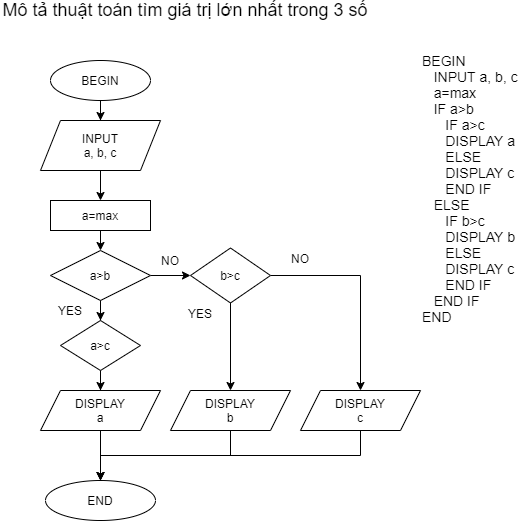
thanhnhan3286/C0123G1---Th-nh-Nh-n keeps this draw.io diagram as ss3_ma_gia_luu_do/Mô tả thuật toán chuyển đổi tiền tệ.png. Above is the earlier version. Source tidied: cells renumbered, new cells last; positions are measured from the earlier drawing's top-left corner, leaving out a move shared by most shapes. Its diagram source:
```xml
<mxGraphModel>
  <root>
    <mxCell id="0" />
    <mxCell id="1" parent="0" />
    <mxCell id="2" value="&lt;span style=&quot;font-size: 18px&quot;&gt;Mô tả thuật toán tìm giá trị lớn nhất trong 3 số&lt;/span&gt;" style="text;html=1;strokeColor=none;fillColor=none;align=center;verticalAlign=middle;whiteSpace=wrap;rounded=0;" parent="1" vertex="1">
      <mxGeometry width="370" height="20" as="geometry" />
    </mxCell>
    <mxCell id="3" style="edgeStyle=orthogonalEdgeStyle;rounded=0;jettySize=auto;html=1;" parent="1" edge="1" source="4" target="6">
      <mxGeometry relative="1" as="geometry" />
    </mxCell>
    <mxCell id="4" value="BEGIN" style="ellipse;whiteSpace=wrap;html=1;" parent="1" vertex="1">
      <mxGeometry x="50" y="60" width="100" height="40" as="geometry" />
    </mxCell>
    <mxCell id="5" style="edgeStyle=orthogonalEdgeStyle;rounded=0;jettySize=auto;html=1;" parent="1" edge="1" source="6">
      <mxGeometry relative="1" as="geometry">
        <mxPoint x="100" y="200" as="targetPoint" />
      </mxGeometry>
    </mxCell>
    <mxCell id="6" value="INPUT&lt;br&gt;a, b, c" style="shape=parallelogram;perimeter=parallelogramPerimeter;whiteSpace=wrap;html=1;fixedSize=1;" parent="1" vertex="1">
      <mxGeometry x="40" y="120" width="120" height="50" as="geometry" />
    </mxCell>
    <mxCell id="7" value="&lt;div&gt;&lt;div&gt;&lt;span style=&quot;font-size: 14px&quot;&gt;BEGIN&lt;/span&gt;&lt;/div&gt;&lt;div&gt;&lt;span style=&quot;font-size: 14px&quot;&gt;&amp;nbsp; &amp;nbsp;INPUT a, b, c&lt;/span&gt;&lt;/div&gt;&lt;div&gt;&lt;span style=&quot;font-size: 14px&quot;&gt;&amp;nbsp; &amp;nbsp;a=max&lt;/span&gt;&lt;/div&gt;&lt;div&gt;&lt;span style=&quot;font-size: 14px&quot;&gt;&amp;nbsp; &amp;nbsp;IF a&amp;gt;b&lt;/span&gt;&lt;/div&gt;&lt;div&gt;&lt;span style=&quot;font-size: 14px&quot;&gt;&amp;nbsp; &amp;nbsp; &amp;nbsp; IF a&amp;gt;c&lt;/span&gt;&lt;/div&gt;&lt;div&gt;&lt;span style=&quot;font-size: 14px&quot;&gt;&amp;nbsp; &amp;nbsp; &amp;nbsp; DISPLAY a&lt;/span&gt;&lt;/div&gt;&lt;div&gt;&lt;span style=&quot;font-size: 14px&quot;&gt;&amp;nbsp; &amp;nbsp; &amp;nbsp; ELSE&lt;/span&gt;&lt;/div&gt;&lt;div&gt;&lt;span style=&quot;font-size: 14px&quot;&gt;&amp;nbsp; &amp;nbsp; &amp;nbsp; DISPLAY c&lt;/span&gt;&lt;/div&gt;&lt;div&gt;&lt;span style=&quot;font-size: 14px&quot;&gt;&amp;nbsp; &amp;nbsp; &amp;nbsp; END IF&lt;/span&gt;&lt;/div&gt;&lt;div&gt;&lt;span style=&quot;font-size: 14px&quot;&gt;&amp;nbsp; &amp;nbsp;ELSE&lt;/span&gt;&lt;/div&gt;&lt;div&gt;&lt;span style=&quot;font-size: 14px&quot;&gt;&amp;nbsp; &amp;nbsp; &amp;nbsp; IF b&amp;gt;c&lt;/span&gt;&lt;/div&gt;&lt;div&gt;&lt;span style=&quot;font-size: 14px&quot;&gt;&amp;nbsp; &amp;nbsp; &amp;nbsp; DISPLAY b&lt;/span&gt;&lt;/div&gt;&lt;div&gt;&lt;span style=&quot;font-size: 14px&quot;&gt;&amp;nbsp; &amp;nbsp; &amp;nbsp; ELSE&lt;/span&gt;&lt;/div&gt;&lt;div&gt;&lt;span style=&quot;font-size: 14px&quot;&gt;&amp;nbsp; &amp;nbsp; &amp;nbsp; DISPLAY c&lt;/span&gt;&lt;/div&gt;&lt;div&gt;&lt;span style=&quot;font-size: 14px&quot;&gt;&amp;nbsp; &amp;nbsp; &amp;nbsp; END IF&lt;/span&gt;&lt;/div&gt;&lt;div&gt;&lt;span style=&quot;font-size: 14px&quot;&gt;&amp;nbsp; &amp;nbsp;END IF&lt;span&gt;&#9;&lt;/span&gt;&lt;/span&gt;&lt;/div&gt;&lt;div&gt;&lt;span style=&quot;font-size: 14px&quot;&gt;END&lt;/span&gt;&lt;/div&gt;&lt;/div&gt;&lt;div&gt;&lt;br&gt;&lt;/div&gt;" style="text;html=1;align=left;verticalAlign=middle;" parent="1" vertex="1">
      <mxGeometry x="420" y="70" width="110" height="250" as="geometry" />
    </mxCell>
    <mxCell id="8" style="edgeStyle=orthogonalEdgeStyle;rounded=0;jettySize=auto;html=1;exitX=1;exitY=0.5;exitDx=0;exitDy=0;" parent="1" edge="1" source="10" target="21">
      <mxGeometry relative="1" as="geometry" />
    </mxCell>
    <mxCell id="9" style="edgeStyle=orthogonalEdgeStyle;rounded=0;jettySize=auto;html=1;exitX=0.5;exitY=1;exitDx=0;exitDy=0;" parent="1" edge="1" source="10" target="16">
      <mxGeometry relative="1" as="geometry" />
    </mxCell>
    <mxCell id="10" value="a&amp;gt;b" style="rhombus;whiteSpace=wrap;html=1;" parent="1" vertex="1">
      <mxGeometry x="50" y="250" width="100" height="50" as="geometry" />
    </mxCell>
    <mxCell id="11" style="edgeStyle=orthogonalEdgeStyle;rounded=0;jettySize=auto;html=1;exitX=0.5;exitY=1;exitDx=0;exitDy=0;entryX=0.5;entryY=0;entryDx=0;entryDy=0;" parent="1" edge="1" source="12" target="10">
      <mxGeometry relative="1" as="geometry" />
    </mxCell>
    <mxCell id="12" value="a=max" style="rounded=0;whiteSpace=wrap;html=1;" parent="1" vertex="1">
      <mxGeometry x="50" y="200" width="100" height="30" as="geometry" />
    </mxCell>
    <mxCell id="13" value="YES" style="text;html=1;strokeColor=none;fillColor=none;align=center;verticalAlign=middle;whiteSpace=wrap;rounded=0;" parent="1" vertex="1">
      <mxGeometry x="50" y="300" width="40" height="20" as="geometry" />
    </mxCell>
    <mxCell id="14" value="NO" style="text;html=1;strokeColor=none;fillColor=none;align=center;verticalAlign=middle;whiteSpace=wrap;rounded=0;" parent="1" vertex="1">
      <mxGeometry x="150" y="250" width="40" height="20" as="geometry" />
    </mxCell>
    <mxCell id="15" style="edgeStyle=orthogonalEdgeStyle;rounded=0;jettySize=auto;html=1;exitX=0.5;exitY=1;exitDx=0;exitDy=0;" parent="1" edge="1" source="16" target="18">
      <mxGeometry relative="1" as="geometry" />
    </mxCell>
    <mxCell id="16" value="a&amp;gt;c" style="rhombus;whiteSpace=wrap;html=1;" parent="1" vertex="1">
      <mxGeometry x="60" y="320" width="80" height="50" as="geometry" />
    </mxCell>
    <mxCell id="17" style="edgeStyle=orthogonalEdgeStyle;rounded=0;jettySize=auto;html=1;exitX=0.5;exitY=1;exitDx=0;exitDy=0;" parent="1" edge="1" source="18" target="27">
      <mxGeometry relative="1" as="geometry" />
    </mxCell>
    <mxCell id="18" value="DISPLAY&lt;br&gt;a" style="shape=parallelogram;perimeter=parallelogramPerimeter;whiteSpace=wrap;html=1;fixedSize=1;" parent="1" vertex="1">
      <mxGeometry x="40" y="390" width="120" height="40" as="geometry" />
    </mxCell>
    <mxCell id="19" style="edgeStyle=orthogonalEdgeStyle;rounded=0;jettySize=auto;html=1;exitX=0.5;exitY=1;exitDx=0;exitDy=0;entryX=0.5;entryY=0;entryDx=0;entryDy=0;" parent="1" edge="1" source="21" target="24">
      <mxGeometry relative="1" as="geometry" />
    </mxCell>
    <mxCell id="20" style="edgeStyle=orthogonalEdgeStyle;rounded=0;jettySize=auto;html=1;exitX=1;exitY=0.5;exitDx=0;exitDy=0;entryX=0.5;entryY=0;entryDx=0;entryDy=0;" parent="1" edge="1" source="21" target="26">
      <mxGeometry relative="1" as="geometry" />
    </mxCell>
    <mxCell id="21" value="b&amp;gt;c" style="rhombus;whiteSpace=wrap;html=1;" parent="1" vertex="1">
      <mxGeometry x="190" y="247.5" width="80" height="55" as="geometry" />
    </mxCell>
    <mxCell id="22" value="YES" style="text;html=1;strokeColor=none;fillColor=none;align=center;verticalAlign=middle;whiteSpace=wrap;rounded=0;" parent="1" vertex="1">
      <mxGeometry x="180" y="302.5" width="40" height="20" as="geometry" />
    </mxCell>
    <mxCell id="23" style="edgeStyle=orthogonalEdgeStyle;rounded=0;jettySize=auto;html=1;exitX=0.5;exitY=1;exitDx=0;exitDy=0;entryX=0.5;entryY=0;entryDx=0;entryDy=0;" parent="1" edge="1" source="24" target="27">
      <mxGeometry relative="1" as="geometry" />
    </mxCell>
    <mxCell id="24" value="DISPLAY&lt;br&gt;b" style="shape=parallelogram;perimeter=parallelogramPerimeter;whiteSpace=wrap;html=1;fixedSize=1;" parent="1" vertex="1">
      <mxGeometry x="170" y="390" width="120" height="40" as="geometry" />
    </mxCell>
    <mxCell id="25" style="edgeStyle=orthogonalEdgeStyle;rounded=0;jettySize=auto;html=1;exitX=0.5;exitY=1;exitDx=0;exitDy=0;" parent="1" edge="1" source="26">
      <mxGeometry relative="1" as="geometry">
        <mxPoint x="100" y="480" as="targetPoint" />
      </mxGeometry>
    </mxCell>
    <mxCell id="26" value="DISPLAY&lt;br&gt;c" style="shape=parallelogram;perimeter=parallelogramPerimeter;whiteSpace=wrap;html=1;fixedSize=1;" parent="1" vertex="1">
      <mxGeometry x="300" y="390" width="120" height="40" as="geometry" />
    </mxCell>
    <mxCell id="27" value="END" style="ellipse;whiteSpace=wrap;html=1;" parent="1" vertex="1">
      <mxGeometry x="45" y="480" width="110" height="40" as="geometry" />
    </mxCell>
    <mxCell id="28" value="NO" style="text;html=1;strokeColor=none;fillColor=none;align=center;verticalAlign=middle;whiteSpace=wrap;rounded=0;" parent="1" vertex="1">
      <mxGeometry x="280" y="247.5" width="40" height="20" as="geometry" />
    </mxCell>
  </root>
</mxGraphModel>
```
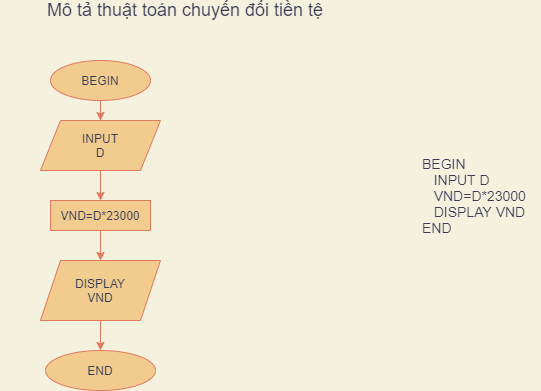
After the change.

Diff of the diagram source:
```diff
@@ -1,91 +1,43 @@
-<mxGraphModel>
+<mxGraphModel background="#F4F1DE">
   <root>
     <mxCell id="0" />
     <mxCell id="1" parent="0" />
-    <mxCell id="2" value="&lt;span style=&quot;font-size: 18px&quot;&gt;Mô tả thuật toán tìm giá trị lớn nhất trong 3 số&lt;/span&gt;" style="text;html=1;strokeColor=none;fillColor=none;align=center;verticalAlign=middle;whiteSpace=wrap;rounded=0;" parent="1" vertex="1">
+    <mxCell id="2" value="&lt;span style=&quot;font-size: 18px&quot;&gt;Mô tả thuật toán chuyển đổi tiền tệ&lt;/span&gt;" style="text;html=1;strokeColor=none;fillColor=none;align=center;verticalAlign=middle;whiteSpace=wrap;rounded=0;fontColor=#393C56;" parent="1" vertex="1">
       <mxGeometry width="370" height="20" as="geometry" />
     </mxCell>
-    <mxCell id="3" style="edgeStyle=orthogonalEdgeStyle;rounded=0;jettySize=auto;html=1;" parent="1" edge="1" source="4" target="6">
+    <mxCell id="3" style="edgeStyle=orthogonalEdgeStyle;rounded=0;jettySize=auto;html=1;strokeColor=#E07A5F;fontColor=#393C56;labelBackgroundColor=#F4F1DE;" parent="1" edge="1" source="4" target="6">
       <mxGeometry relative="1" as="geometry" />
     </mxCell>
-    <mxCell id="4" value="BEGIN" style="ellipse;whiteSpace=wrap;html=1;" parent="1" vertex="1">
+    <mxCell id="4" value="BEGIN" style="ellipse;whiteSpace=wrap;html=1;fillColor=#F2CC8F;strokeColor=#E07A5F;fontColor=#393C56;" parent="1" vertex="1">
       <mxGeometry x="50" y="60" width="100" height="40" as="geometry" />
     </mxCell>
-    <mxCell id="5" style="edgeStyle=orthogonalEdgeStyle;rounded=0;jettySize=auto;html=1;" parent="1" edge="1" source="6">
+    <mxCell id="5" style="edgeStyle=orthogonalEdgeStyle;rounded=0;jettySize=auto;html=1;strokeColor=#E07A5F;fontColor=#393C56;labelBackgroundColor=#F4F1DE;" parent="1" edge="1" source="6">
       <mxGeometry relative="1" as="geometry">
         <mxPoint x="100" y="200" as="targetPoint" />
       </mxGeometry>
     </mxCell>
-    <mxCell id="6" value="INPUT&lt;br&gt;a, b, c" style="shape=parallelogram;perimeter=parallelogramPerimeter;whiteSpace=wrap;html=1;fixedSize=1;" parent="1" vertex="1">
+    <mxCell id="6" value="INPUT&lt;br&gt;D" style="shape=parallelogram;perimeter=parallelogramPerimeter;whiteSpace=wrap;html=1;fixedSize=1;fillColor=#F2CC8F;strokeColor=#E07A5F;fontColor=#393C56;" parent="1" vertex="1">
       <mxGeometry x="40" y="120" width="120" height="50" as="geometry" />
     </mxCell>
-    <mxCell id="7" value="&lt;div&gt;&lt;div&gt;&lt;span style=&quot;font-size: 14px&quot;&gt;BEGIN&lt;/span&gt;&lt;/div&gt;&lt;div&gt;&lt;span style=&quot;font-size: 14px&quot;&gt;&amp;nbsp; &amp;nbsp;INPUT a, b, c&lt;/span&gt;&lt;/div&gt;&lt;div&gt;&lt;span style=&quot;font-size: 14px&quot;&gt;&amp;nbsp; &amp;nbsp;a=max&lt;/span&gt;&lt;/div&gt;&lt;div&gt;&lt;span style=&quot;font-size: 14px&quot;&gt;&amp;nbsp; &amp;nbsp;IF a&amp;gt;b&lt;/span&gt;&lt;/div&gt;&lt;div&gt;&lt;span style=&quot;font-size: 14px&quot;&gt;&amp;nbsp; &amp;nbsp; &amp;nbsp; IF a&amp;gt;c&lt;/span&gt;&lt;/div&gt;&lt;div&gt;&lt;span style=&quot;font-size: 14px&quot;&gt;&amp;nbsp; &amp;nbsp; &amp;nbsp; DISPLAY a&lt;/span&gt;&lt;/div&gt;&lt;div&gt;&lt;span style=&quot;font-size: 14px&quot;&gt;&amp;nbsp; &amp;nbsp; &amp;nbsp; ELSE&lt;/span&gt;&lt;/div&gt;&lt;div&gt;&lt;span style=&quot;font-size: 14px&quot;&gt;&amp;nbsp; &amp;nbsp; &amp;nbsp; DISPLAY c&lt;/span&gt;&lt;/div&gt;&lt;div&gt;&lt;span style=&quot;font-size: 14px&quot;&gt;&amp;nbsp; &amp;nbsp; &amp;nbsp; END IF&lt;/span&gt;&lt;/div&gt;&lt;div&gt;&lt;span style=&quot;font-size: 14px&quot;&gt;&amp;nbsp; &amp;nbsp;ELSE&lt;/span&gt;&lt;/div&gt;&lt;div&gt;&lt;span style=&quot;font-size: 14px&quot;&gt;&amp;nbsp; &amp;nbsp; &amp;nbsp; IF b&amp;gt;c&lt;/span&gt;&lt;/div&gt;&lt;div&gt;&lt;span style=&quot;font-size: 14px&quot;&gt;&amp;nbsp; &amp;nbsp; &amp;nbsp; DISPLAY b&lt;/span&gt;&lt;/div&gt;&lt;div&gt;&lt;span style=&quot;font-size: 14px&quot;&gt;&amp;nbsp; &amp;nbsp; &amp;nbsp; ELSE&lt;/span&gt;&lt;/div&gt;&lt;div&gt;&lt;span style=&quot;font-size: 14px&quot;&gt;&amp;nbsp; &amp;nbsp; &amp;nbsp; DISPLAY c&lt;/span&gt;&lt;/div&gt;&lt;div&gt;&lt;span style=&quot;font-size: 14px&quot;&gt;&amp;nbsp; &amp;nbsp; &amp;nbsp; END IF&lt;/span&gt;&lt;/div&gt;&lt;div&gt;&lt;span style=&quot;font-size: 14px&quot;&gt;&amp;nbsp; &amp;nbsp;END IF&lt;span&gt;&#9;&lt;/span&gt;&lt;/span&gt;&lt;/div&gt;&lt;div&gt;&lt;span style=&quot;font-size: 14px&quot;&gt;END&lt;/span&gt;&lt;/div&gt;&lt;/div&gt;&lt;div&gt;&lt;br&gt;&lt;/div&gt;" style="text;html=1;align=left;verticalAlign=middle;" parent="1" vertex="1">
-      <mxGeometry x="420" y="70" width="110" height="250" as="geometry" />
+    <mxCell id="7" value="&lt;div&gt;&lt;div&gt;&lt;span style=&quot;font-size: 14px&quot;&gt;BEGIN&lt;/span&gt;&lt;/div&gt;&lt;div&gt;&lt;span style=&quot;font-size: 14px&quot;&gt;&amp;nbsp; &amp;nbsp;INPUT D&lt;/span&gt;&lt;/div&gt;&lt;div&gt;&lt;span style=&quot;font-size: 14px&quot;&gt;&amp;nbsp; &amp;nbsp;VND=D*23000&lt;/span&gt;&lt;/div&gt;&lt;div&gt;&lt;span style=&quot;font-size: 14px&quot;&gt;&amp;nbsp; &amp;nbsp;DISPLAY VND&lt;/span&gt;&lt;/div&gt;&lt;div&gt;&lt;span style=&quot;font-size: 14px&quot;&gt;END&lt;/span&gt;&lt;/div&gt;&lt;/div&gt;" style="text;html=1;align=left;verticalAlign=middle;fontColor=#393C56;" parent="1" vertex="1">
+      <mxGeometry x="420" y="160" width="120" height="70" as="geometry" />
     </mxCell>
-    <mxCell id="8" style="edgeStyle=orthogonalEdgeStyle;rounded=0;jettySize=auto;html=1;exitX=1;exitY=0.5;exitDx=0;exitDy=0;" parent="1" edge="1" source="10" target="21">
-      <mxGeometry relative="1" as="geometry" />
-    </mxCell>
-    <mxCell id="9" style="edgeStyle=orthogonalEdgeStyle;rounded=0;jettySize=auto;html=1;exitX=0.5;exitY=1;exitDx=0;exitDy=0;" parent="1" edge="1" source="10" target="16">
-      <mxGeometry relative="1" as="geometry" />
-    </mxCell>
-    <mxCell id="10" value="a&amp;gt;b" style="rhombus;whiteSpace=wrap;html=1;" parent="1" vertex="1">
-      <mxGeometry x="50" y="250" width="100" height="50" as="geometry" />
-    </mxCell>
-    <mxCell id="11" style="edgeStyle=orthogonalEdgeStyle;rounded=0;jettySize=auto;html=1;exitX=0.5;exitY=1;exitDx=0;exitDy=0;entryX=0.5;entryY=0;entryDx=0;entryDy=0;" parent="1" edge="1" source="12" target="10">
+    <mxCell id="11" style="edgeStyle=orthogonalEdgeStyle;rounded=0;jettySize=auto;html=1;exitX=0.5;exitY=1;exitDx=0;exitDy=0;entryX=0.5;entryY=0;entryDx=0;entryDy=0;strokeColor=#E07A5F;fontColor=#393C56;labelBackgroundColor=#F4F1DE;" parent="1" edge="1" source="12" target="29">
       <mxGeometry relative="1" as="geometry" />
     </mxCell>
-    <mxCell id="12" value="a=max" style="rounded=0;whiteSpace=wrap;html=1;" parent="1" vertex="1">
+    <mxCell id="12" value="VND=D*23000" style="rounded=0;whiteSpace=wrap;html=1;fillColor=#F2CC8F;strokeColor=#E07A5F;fontColor=#393C56;" parent="1" vertex="1">
       <mxGeometry x="50" y="200" width="100" height="30" as="geometry" />
     </mxCell>
-    <mxCell id="13" value="YES" style="text;html=1;strokeColor=none;fillColor=none;align=center;verticalAlign=middle;whiteSpace=wrap;rounded=0;" parent="1" vertex="1">
-      <mxGeometry x="50" y="300" width="40" height="20" as="geometry" />
-    </mxCell>
-    <mxCell id="14" value="NO" style="text;html=1;strokeColor=none;fillColor=none;align=center;verticalAlign=middle;whiteSpace=wrap;rounded=0;" parent="1" vertex="1">
-      <mxGeometry x="150" y="250" width="40" height="20" as="geometry" />
-    </mxCell>
-    <mxCell id="15" style="edgeStyle=orthogonalEdgeStyle;rounded=0;jettySize=auto;html=1;exitX=0.5;exitY=1;exitDx=0;exitDy=0;" parent="1" edge="1" source="16" target="18">
-      <mxGeometry relative="1" as="geometry" />
-    </mxCell>
-    <mxCell id="16" value="a&amp;gt;c" style="rhombus;whiteSpace=wrap;html=1;" parent="1" vertex="1">
-      <mxGeometry x="60" y="320" width="80" height="50" as="geometry" />
-    </mxCell>
-    <mxCell id="17" style="edgeStyle=orthogonalEdgeStyle;rounded=0;jettySize=auto;html=1;exitX=0.5;exitY=1;exitDx=0;exitDy=0;" parent="1" edge="1" source="18" target="27">
-      <mxGeometry relative="1" as="geometry" />
+    <mxCell id="17" style="edgeStyle=orthogonalEdgeStyle;rounded=0;jettySize=auto;html=1;strokeColor=#E07A5F;fontColor=#393C56;labelBackgroundColor=#F4F1DE;" parent="1" edge="1" target="27">
+      <mxGeometry relative="1" as="geometry">
+        <mxPoint x="100" y="320" as="sourcePoint" />
+      </mxGeometry>
     </mxCell>
-    <mxCell id="18" value="DISPLAY&lt;br&gt;a" style="shape=parallelogram;perimeter=parallelogramPerimeter;whiteSpace=wrap;html=1;fixedSize=1;" parent="1" vertex="1">
-      <mxGeometry x="40" y="390" width="120" height="40" as="geometry" />
-    </mxCell>
-    <mxCell id="19" style="edgeStyle=orthogonalEdgeStyle;rounded=0;jettySize=auto;html=1;exitX=0.5;exitY=1;exitDx=0;exitDy=0;entryX=0.5;entryY=0;entryDx=0;entryDy=0;" parent="1" edge="1" source="21" target="24">
-      <mxGeometry relative="1" as="geometry" />
-    </mxCell>
-    <mxCell id="20" style="edgeStyle=orthogonalEdgeStyle;rounded=0;jettySize=auto;html=1;exitX=1;exitY=0.5;exitDx=0;exitDy=0;entryX=0.5;entryY=0;entryDx=0;entryDy=0;" parent="1" edge="1" source="21" target="26">
-      <mxGeometry relative="1" as="geometry" />
-    </mxCell>
-    <mxCell id="21" value="b&amp;gt;c" style="rhombus;whiteSpace=wrap;html=1;" parent="1" vertex="1">
-      <mxGeometry x="190" y="247.5" width="80" height="55" as="geometry" />
-    </mxCell>
-    <mxCell id="22" value="YES" style="text;html=1;strokeColor=none;fillColor=none;align=center;verticalAlign=middle;whiteSpace=wrap;rounded=0;" parent="1" vertex="1">
-      <mxGeometry x="180" y="302.5" width="40" height="20" as="geometry" />
-    </mxCell>
-    <mxCell id="23" style="edgeStyle=orthogonalEdgeStyle;rounded=0;jettySize=auto;html=1;exitX=0.5;exitY=1;exitDx=0;exitDy=0;entryX=0.5;entryY=0;entryDx=0;entryDy=0;" parent="1" edge="1" source="24" target="27">
-      <mxGeometry relative="1" as="geometry" />
-    </mxCell>
-    <mxCell id="24" value="DISPLAY&lt;br&gt;b" style="shape=parallelogram;perimeter=parallelogramPerimeter;whiteSpace=wrap;html=1;fixedSize=1;" parent="1" vertex="1">
-      <mxGeometry x="170" y="390" width="120" height="40" as="geometry" />
-    </mxCell>
-    <mxCell id="25" style="edgeStyle=orthogonalEdgeStyle;rounded=0;jettySize=auto;html=1;exitX=0.5;exitY=1;exitDx=0;exitDy=0;" parent="1" edge="1" source="26">
-      <mxGeometry relative="1" as="geometry">
-        <mxPoint x="100" y="480" as="targetPoint" />
-      </mxGeometry>
-    </mxCell>
-    <mxCell id="26" value="DISPLAY&lt;br&gt;c" style="shape=parallelogram;perimeter=parallelogramPerimeter;whiteSpace=wrap;html=1;fixedSize=1;" parent="1" vertex="1">
-      <mxGeometry x="300" y="390" width="120" height="40" as="geometry" />
-    </mxCell>
-    <mxCell id="27" value="END" style="ellipse;whiteSpace=wrap;html=1;" parent="1" vertex="1">
-      <mxGeometry x="45" y="480" width="110" height="40" as="geometry" />
+    <mxCell id="27" value="END" style="ellipse;whiteSpace=wrap;html=1;fillColor=#F2CC8F;strokeColor=#E07A5F;fontColor=#393C56;" parent="1" vertex="1">
+      <mxGeometry x="45" y="350" width="110" height="40" as="geometry" />
     </mxCell>
-    <mxCell id="28" value="NO" style="text;html=1;strokeColor=none;fillColor=none;align=center;verticalAlign=middle;whiteSpace=wrap;rounded=0;" parent="1" vertex="1">
-      <mxGeometry x="280" y="247.5" width="40" height="20" as="geometry" />
-    </mxCell>
+    <mxCell id="29" value="DISPLAY&lt;br&gt;VND" style="shape=parallelogram;perimeter=parallelogramPerimeter;whiteSpace=wrap;html=1;fixedSize=1;fillColor=#F2CC8F;strokeColor=#E07A5F;fontColor=#393C56;" parent="1" vertex="1">
+      <mxGeometry x="40" y="260" width="120" height="60" as="geometry" />
+    </mxCell>
   </root>
 </mxGraphModel>
```
